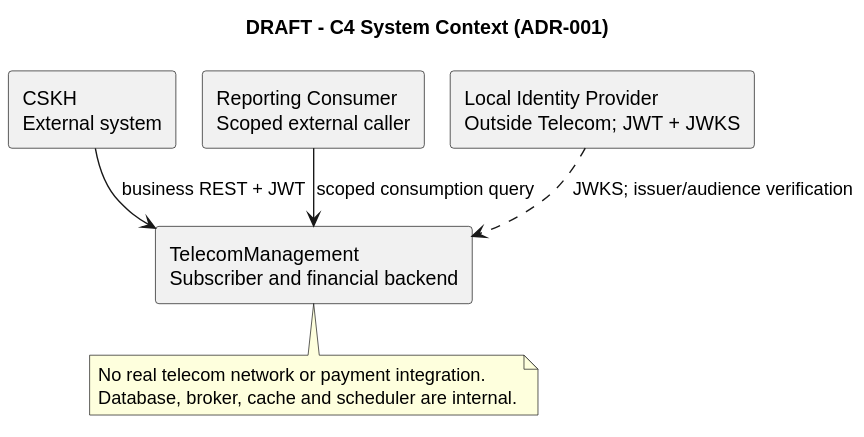
Before: docs/03-architecture/c4-diagrams/context-and-container.svg, a diagram exported from PlantUML (Sagitoaz/Telecom-Management-System). Its source is kept beside it as docs/03-architecture/c4-diagrams/context-and-container.puml.
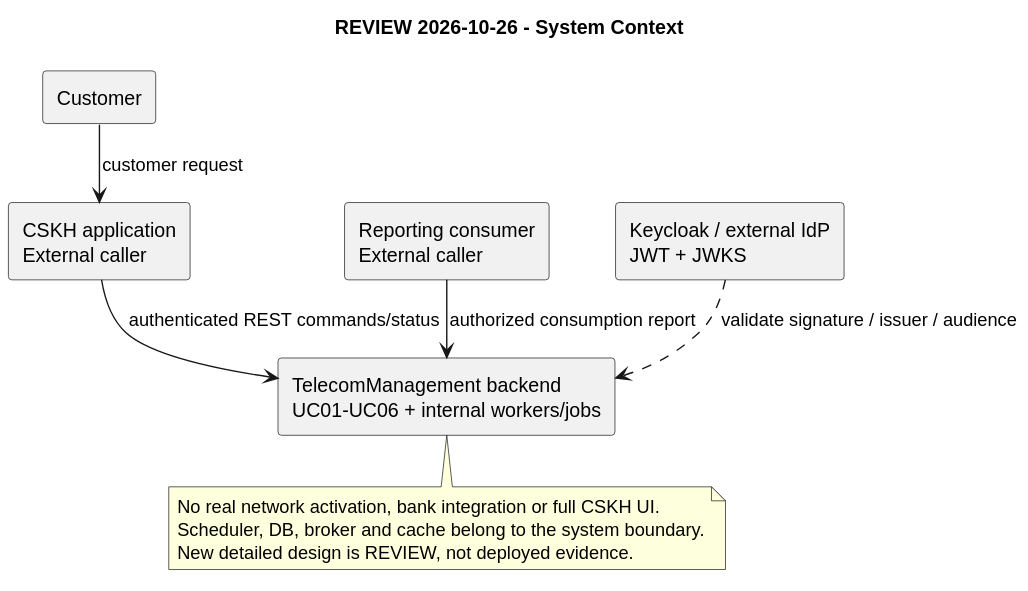
The same diagram one commit later.

Diff of the diagram source:
```diff
@@ -1,15 +1,18 @@
 @startuml
 !pragma layout smetana
-title DRAFT - C4 System Context (ADR-001)
-rectangle "CSKH\nExternal system" as CSKH
-rectangle "Reporting Consumer\nScoped external caller" as R
-rectangle "Local Identity Provider\nOutside Telecom; JWT + JWKS" as IdP
-rectangle "TelecomManagement\nSubscriber and financial backend" as T
-CSKH --> T : business REST + JWT
-R --> T : scoped consumption query
-IdP ..> T : JWKS; issuer/audience verification
+title REVIEW 2026-10-26 - System Context
+rectangle "Customer" as Customer
+rectangle "CSKH application\nExternal caller" as C
+rectangle "Reporting consumer\nExternal caller" as R
+rectangle "Keycloak / external IdP\nJWT + JWKS" as I
+rectangle "TelecomManagement backend\nUC01-UC06 + internal workers/jobs" as T
+Customer --> C : customer request
+C --> T : authenticated REST commands/status
+R --> T : authorized consumption report
+I ..> T : validate signature / issuer / audience
 note bottom of T
-  No real telecom network or payment integration.
-  Database, broker, cache and scheduler are internal.
+No real network activation, bank integration or full CSKH UI.
+Scheduler, DB, broker and cache belong to the system boundary.
+New detailed design is REVIEW, not deployed evidence.
 end note
 @enduml
```
